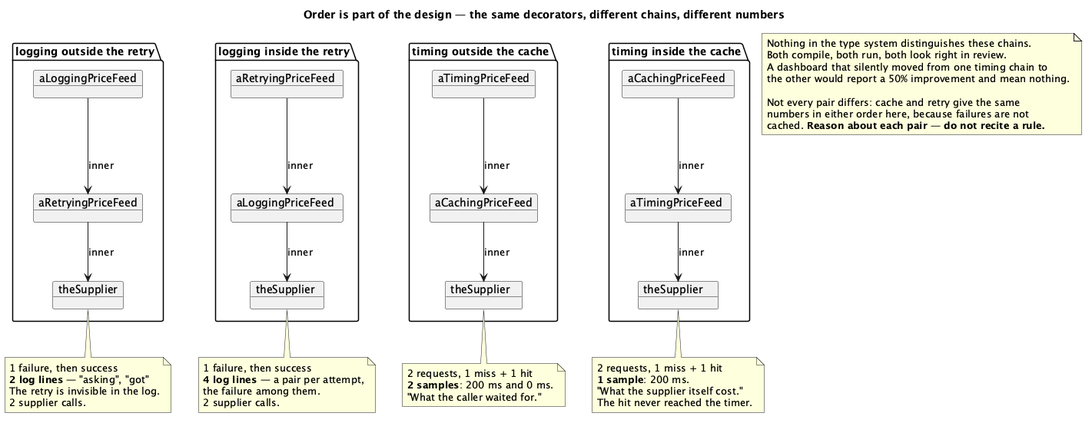
Above: src/main/java/dev/kaldiroglu/dp/structural/decorator/middleware/solution/classic/uml/Decorator-Middleware-Objects.png in kaldiroglu/DesignPatternsWithJava (PlantUML), before the change.
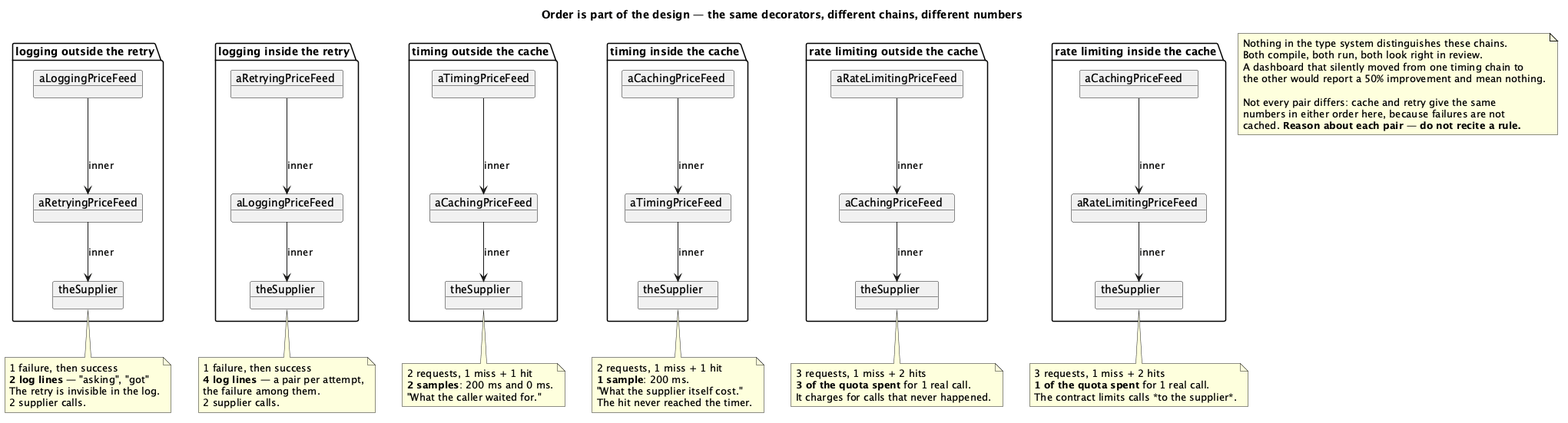
After the change.

Commit message:
Decorator middleware: file the object diagram with the classes it draws

Diff of the diagram source:
```diff
@@ -57,6 +57,32 @@
   The hit never reached the timer.
 end note
 
+package "rate limiting outside the cache" {
+  object "aRateLimitingPriceFeed" as k5
+  object "aCachingPriceFeed  " as c5
+  object "theSupplier    " as s5
+  k5 --> c5 : inner
+  c5 --> s5 : inner
+}
+note bottom of s5
+  3 requests, 1 miss + 2 hits
+  **3 of the quota spent** for 1 real call.
+  It charges for calls that never happened.
+end note
+
+package "rate limiting inside the cache" {
+  object "aCachingPriceFeed   " as c6
+  object "aRateLimitingPriceFeed " as k6
+  object "theSupplier     " as s6
+  c6 --> k6 : inner
+  k6 --> s6 : inner
+}
+note bottom of s6
+  3 requests, 1 miss + 2 hits
+  **1 of the quota spent** for 1 real call.
+  The contract limits calls *to the supplier*.
+end note
+
 note as N1
   Nothing in the type system distinguishes these chains.
   Both compile, both run, both look right in review.
```
